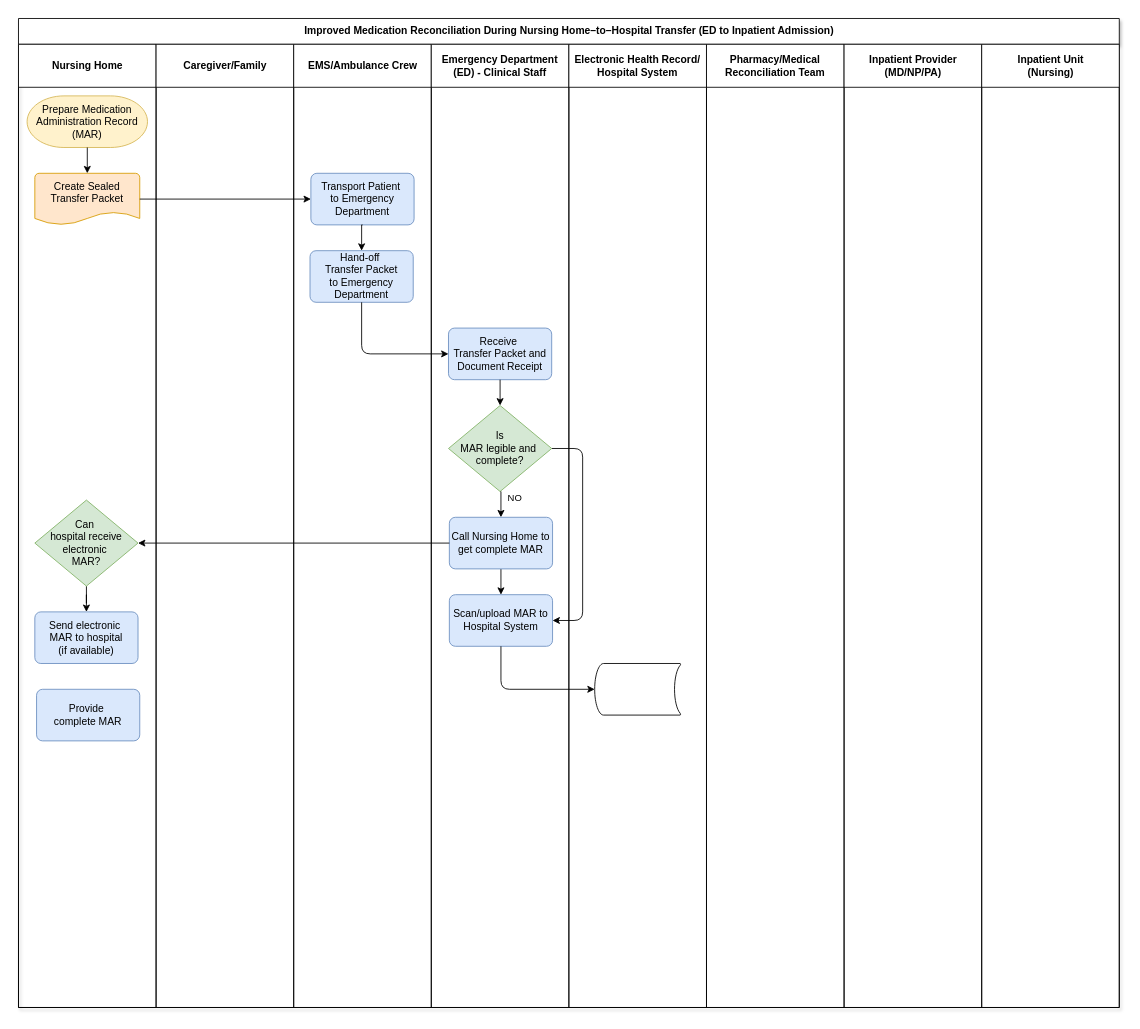
Earlier version of the draw.io diagram Improved Process Chart.drawio (melmirasol/Case-Problem-6.2). Source tidied: cells renumbered, new cells numbered last; positions are measured from the earlier drawing's top-left corner, leaving out a move shared by most shapes. Both pictures are drawn from the tidied source at 86%, with x=0, y=0 at pixel (18, 18).
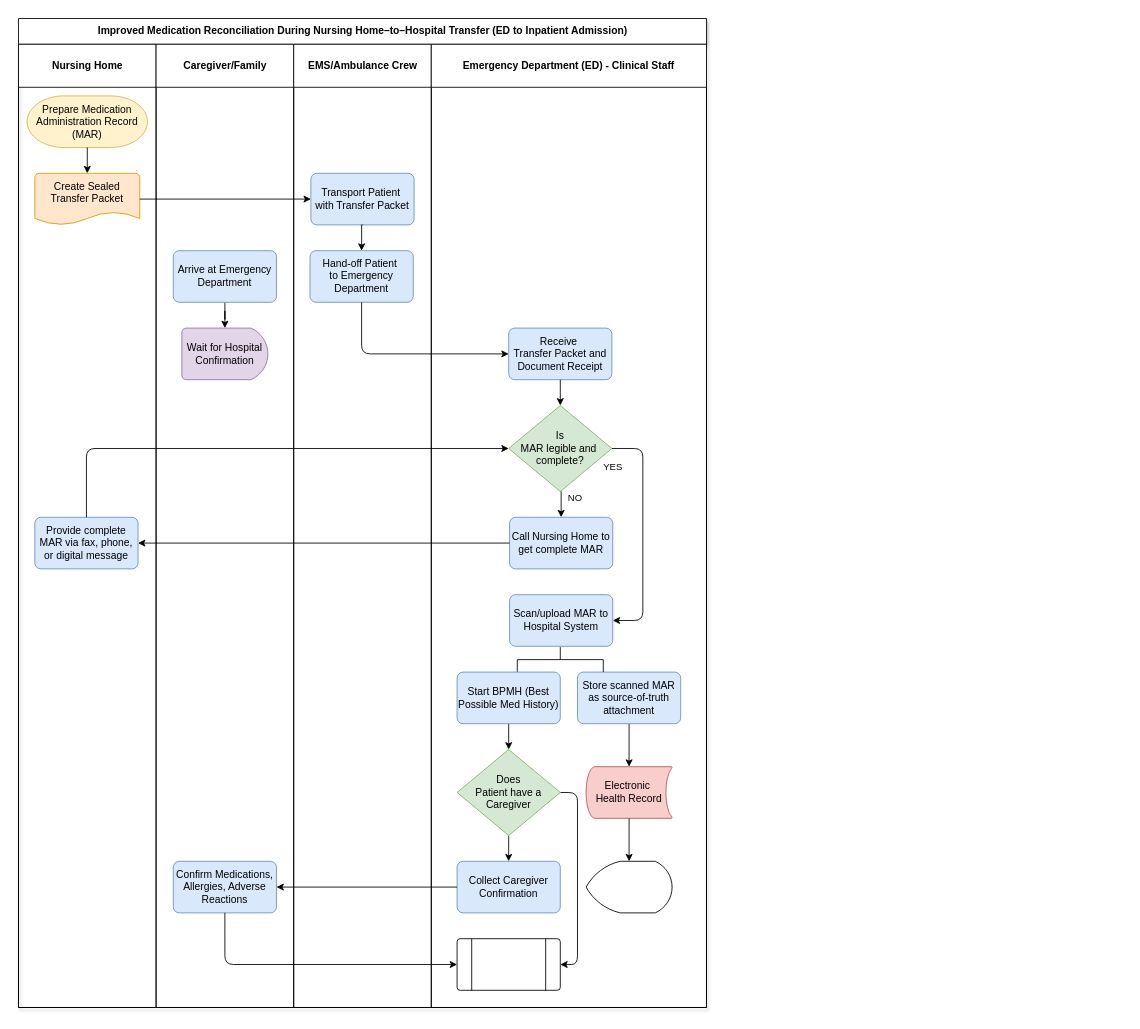
Above is the later version.

The change refers to these unchanged cells:
```xml
<mxCell id="3" value="Nursing Home" style="swimlane;startSize=50;html=1;" parent="2" vertex="1">
  <mxGeometry y="30" width="160" height="1120" as="geometry" />
</mxCell>
<mxCell id="11" value="Caregiver/Family" style="swimlane;startSize=50;html=1;" parent="2" vertex="1">
  <mxGeometry x="160" y="30" width="160" height="1120" as="geometry" />
</mxCell>
<mxCell id="12" value="EMS/Ambulance Crew" style="swimlane;startSize=50;html=1;" parent="2" vertex="1">
  <mxGeometry x="320" y="30" width="160" height="1120" as="geometry" />
</mxCell>
```

Change to the diagram source:
```diff
@@
     <mxCell id="2" value="Improved Medication Reconciliation During Nursing Home–to–Hospital Transfer (ED to Inpatient Admission)" style="swimlane;startSize=30;html=1;shadow=1;" parent="1" vertex="1">
-      <mxGeometry width="1280" height="1150" as="geometry" />
+      <mxGeometry width="800" height="1150" as="geometry" />
     </mxCell>
@@
-    <mxCell id="6" value="Send electronic&amp;nbsp;&lt;div&gt;MAR&amp;nbsp;&lt;span style=&quot;background-color: transparent; color: light-dark(rgb(0, 0, 0), rgb(255, 255, 255));&quot;&gt;to hospital&lt;/span&gt;&lt;/div&gt;&lt;div&gt;&lt;span style=&quot;background-color: transparent; color: light-dark(rgb(0, 0, 0), rgb(255, 255, 255));&quot;&gt;(if available)&lt;/span&gt;&lt;/div&gt;" style="rounded=1;whiteSpace=wrap;html=1;absoluteArcSize=1;arcSize=14;strokeWidth=1;fillColor=#dae8fc;strokeColor=#6c8ebf;" parent="3" vertex="1">
-      <mxGeometry x="19" y="660" width="120" height="60" as="geometry" />
-    </mxCell>
-    <mxCell id="7" style="edgeStyle=orthogonalEdgeStyle;rounded=0;jettySize=auto;html=1;exitX=0.5;exitY=1;exitDx=0;exitDy=0;exitPerimeter=0;" parent="3" edge="1" source="8" target="6">
-      <mxGeometry relative="1" as="geometry" />
+    <mxCell id="7" style="edgeStyle=orthogonalEdgeStyle;rounded=0;orthogonalLoop=1;jettySize=auto;html=1;exitX=0.5;exitY=1;exitDx=0;exitDy=0;exitPerimeter=0;" parent="3" edge="1">
+      <mxGeometry relative="1" as="geometry">
+        <mxPoint x="79" y="520" as="sourcePoint" />
+      </mxGeometry>
     </mxCell>
-    <mxCell id="8" value="Can&amp;nbsp;&lt;div&gt;hospital receive electronic&amp;nbsp;&lt;/div&gt;&lt;div&gt;MAR?&lt;/div&gt;" style="strokeWidth=1;html=1;shape=mxgraph.flowchart.decision;whiteSpace=wrap;fillColor=#d5e8d4;strokeColor=#82b366;" parent="3" vertex="1">
-      <mxGeometry x="19" y="530" width="120" height="100" as="geometry" />
-    </mxCell>
@@
-    <mxCell id="10" value="Provide&amp;nbsp;&lt;div&gt;complete MAR&lt;/div&gt;" style="rounded=1;whiteSpace=wrap;html=1;absoluteArcSize=1;arcSize=14;strokeWidth=1;fillColor=#dae8fc;strokeColor=#6c8ebf;" parent="3" vertex="1">
-      <mxGeometry x="21" y="750" width="120" height="60" as="geometry" />
+    <mxCell id="10" value="Provide&amp;nbsp;&lt;span style=&quot;background-color: transparent; color: light-dark(rgb(0, 0, 0), rgb(255, 255, 255));&quot;&gt;complete MAR via fax, phone, or digital message&lt;/span&gt;" style="rounded=1;whiteSpace=wrap;html=1;absoluteArcSize=1;arcSize=14;strokeWidth=1;fillColor=#dae8fc;strokeColor=#6c8ebf;" parent="3" vertex="1">
+      <mxGeometry x="19" y="550" width="120" height="60" as="geometry" />
     </mxCell>
@@
+    <mxCell id="35" style="edgeStyle=orthogonalEdgeStyle;rounded=0;jettySize=auto;html=1;exitX=0.5;exitY=1;exitDx=0;exitDy=0;jumpStyle=arc;" parent="11" edge="1" source="36" target="37">
+      <mxGeometry relative="1" as="geometry" />
+    </mxCell>
+    <mxCell id="36" value="&lt;div&gt;Arrive at&amp;nbsp;&lt;span style=&quot;background-color: transparent; color: light-dark(rgb(0, 0, 0), rgb(255, 255, 255));&quot;&gt;Emergency Department&lt;/span&gt;&lt;/div&gt;" style="rounded=1;whiteSpace=wrap;html=1;absoluteArcSize=1;arcSize=14;strokeWidth=1;fillColor=#dae8fc;strokeColor=#6c8ebf;" parent="11" vertex="1">
+      <mxGeometry x="20" y="240" width="120" height="60" as="geometry" />
+    </mxCell>
+    <mxCell id="37" value="Wait for Hospital Confirmation" style="strokeWidth=1;html=1;shape=mxgraph.flowchart.delay;whiteSpace=wrap;fillColor=#e1d5e7;strokeColor=#9673a6;" parent="11" vertex="1">
+      <mxGeometry x="30" y="330" width="100" height="60" as="geometry" />
+    </mxCell>
+    <mxCell id="38" value="Confirm Medications, Allergies, Adverse Reactions" style="rounded=1;whiteSpace=wrap;html=1;absoluteArcSize=1;arcSize=14;strokeWidth=1;fillColor=#dae8fc;strokeColor=#6c8ebf;" parent="11" vertex="1">
+      <mxGeometry x="20" y="950" width="120" height="60" as="geometry" />
+    </mxCell>
@@
-    <mxCell id="13" value="Transport Patient&amp;nbsp;&lt;div&gt;to Emergency Department&lt;/div&gt;" style="rounded=1;whiteSpace=wrap;html=1;absoluteArcSize=1;arcSize=14;strokeWidth=1;fillColor=#dae8fc;strokeColor=#6c8ebf;" parent="12" vertex="1">
+    <mxCell id="13" value="Transport Patient&amp;nbsp;&lt;div&gt;with Transfer Packet&lt;/div&gt;" style="rounded=1;whiteSpace=wrap;html=1;absoluteArcSize=1;arcSize=14;strokeWidth=1;fillColor=#dae8fc;strokeColor=#6c8ebf;" parent="12" vertex="1">
       <mxGeometry x="20" y="150" width="120" height="60" as="geometry" />
     </mxCell>
-    <mxCell id="14" value="Hand-off&amp;nbsp;&lt;div&gt;Transfer Packet&lt;div&gt;to Emergency Department&lt;/div&gt;&lt;/div&gt;" style="rounded=1;whiteSpace=wrap;html=1;absoluteArcSize=1;arcSize=14;strokeWidth=1;fillColor=#dae8fc;strokeColor=#6c8ebf;" parent="12" vertex="1">
+    <mxCell id="14" value="Hand-off Patient&amp;nbsp;&lt;div&gt;to Emergency Department&lt;/div&gt;" style="rounded=1;whiteSpace=wrap;html=1;absoluteArcSize=1;arcSize=14;strokeWidth=1;fillColor=#dae8fc;strokeColor=#6c8ebf;" parent="12" vertex="1">
       <mxGeometry x="19" y="240" width="120" height="60" as="geometry" />
     </mxCell>
@@
     <mxCell id="16" value="Emergency Department (ED) -&amp;nbsp;&lt;span style=&quot;background-color: transparent; color: light-dark(rgb(0, 0, 0), rgb(255, 255, 255));&quot;&gt;Clinical&amp;nbsp;Staff&lt;/span&gt;" style="swimlane;startSize=50;html=1;whiteSpace=wrap;" parent="2" vertex="1">
-      <mxGeometry x="480" y="30" width="160" height="1120" as="geometry" />
+      <mxGeometry x="480" y="30" width="320" height="1120" as="geometry" />
     </mxCell>
     <mxCell id="17" value="Receive&amp;nbsp;&lt;div&gt;&lt;span style=&quot;background-color: transparent; color: light-dark(rgb(0, 0, 0), rgb(255, 255, 255));&quot;&gt;Transfer Packet and Document Receipt&lt;/span&gt;&lt;/div&gt;" style="rounded=1;whiteSpace=wrap;html=1;absoluteArcSize=1;arcSize=14;strokeWidth=1;fillColor=#dae8fc;strokeColor=#6c8ebf;" parent="16" vertex="1">
-      <mxGeometry x="20" y="330" width="120" height="60" as="geometry" />
+      <mxGeometry x="90" y="330" width="120" height="60" as="geometry" />
     </mxCell>
@@
     <mxCell id="20" style="edgeStyle=orthogonalEdgeStyle;rounded=1;jettySize=auto;html=1;exitX=1;exitY=0.5;exitDx=0;exitDy=0;exitPerimeter=0;entryX=1;entryY=0.5;entryDx=0;entryDy=0;curved=0;" parent="16" edge="1" source="21" target="25">
       <mxGeometry relative="1" as="geometry">
         <Array as="points">
-          <mxPoint x="176" y="470" />
-          <mxPoint x="176" y="670" />
+          <mxPoint x="246" y="470" />
+          <mxPoint x="246" y="670" />
         </Array>
       </mxGeometry>
     </mxCell>
+    <mxCell id="39" value="YES" style="edgeLabel;html=1;align=center;verticalAlign=middle;" parent="20" vertex="1">
+      <mxGeometry x="-0.55" y="2" relative="1" as="geometry">
+        <mxPoint x="-38" y="-5" as="offset" />
+      </mxGeometry>
+    </mxCell>
     <mxCell id="21" value="Is&lt;div&gt;MAR legible&amp;nbsp;&lt;span style=&quot;background-color: transparent; color: light-dark(rgb(0, 0, 0), rgb(255, 255, 255));&quot;&gt;and&amp;nbsp;&lt;/span&gt;&lt;/div&gt;&lt;div&gt;&lt;span style=&quot;background-color: transparent; color: light-dark(rgb(0, 0, 0), rgb(255, 255, 255));&quot;&gt;complete?&lt;/span&gt;&lt;/div&gt;" style="strokeWidth=1;html=1;shape=mxgraph.flowchart.decision;whiteSpace=wrap;fillColor=#d5e8d4;strokeColor=#82b366;" parent="16" vertex="1">
-      <mxGeometry x="20" y="420" width="120" height="100" as="geometry" />
+      <mxGeometry x="90" y="420" width="120" height="100" as="geometry" />
     </mxCell>
@@
-    <mxCell id="23" style="edgeStyle=orthogonalEdgeStyle;rounded=0;jettySize=auto;html=1;exitX=0.5;exitY=1;exitDx=0;exitDy=0;entryX=0.5;entryY=0;entryDx=0;entryDy=0;" parent="16" edge="1" source="24" target="25">
-      <mxGeometry relative="1" as="geometry" />
-    </mxCell>
     <mxCell id="24" value="Call Nursing Home to get complete MAR" style="rounded=1;whiteSpace=wrap;html=1;absoluteArcSize=1;arcSize=14;strokeWidth=1;fillColor=#dae8fc;strokeColor=#6c8ebf;" parent="16" vertex="1">
-      <mxGeometry x="21" y="550" width="120" height="60" as="geometry" />
+      <mxGeometry x="91" y="550" width="120" height="60" as="geometry" />
     </mxCell>
     <mxCell id="25" value="Scan/upload MAR to Hospital System" style="rounded=1;whiteSpace=wrap;html=1;absoluteArcSize=1;arcSize=14;strokeWidth=1;fillColor=#dae8fc;strokeColor=#6c8ebf;" parent="16" vertex="1">
-      <mxGeometry x="21" y="640" width="120" height="60" as="geometry" />
+      <mxGeometry x="91" y="640" width="120" height="60" as="geometry" />
     </mxCell>
-    <mxCell id="26" value="Electronic Health Record/&lt;div&gt;Hospital System&lt;/div&gt;" style="swimlane;startSize=50;html=1;whiteSpace=wrap;" parent="2" vertex="1">
-      <mxGeometry x="640" y="30" width="160" height="1120" as="geometry" />
-    </mxCell>
-    <mxCell id="27" style="strokeWidth=1;html=1;shape=mxgraph.flowchart.stored_data;whiteSpace=wrap;" parent="26" vertex="1">
-      <mxGeometry x="30" y="720" width="100" height="60" as="geometry" />
-    </mxCell>
-    <mxCell id="28" value="Pharmacy/Medical Reconciliation Team" style="swimlane;startSize=50;html=1;whiteSpace=wrap;" parent="2" vertex="1">
-      <mxGeometry x="800" y="30" width="160" height="1120" as="geometry" />
-    </mxCell>
-    <mxCell id="29" value="Inpatient Provider&lt;div&gt;(MD/NP/PA)&lt;/div&gt;" style="swimlane;startSize=50;html=1;" parent="2" vertex="1">
-      <mxGeometry x="960" y="30" width="160" height="1120" as="geometry" />
-    </mxCell>
-    <mxCell id="30" value="Inpatient Unit&lt;div&gt;(Nursing)&lt;/div&gt;" style="swimlane;startSize=50;html=1;" parent="2" vertex="1">
-      <mxGeometry x="1120" y="30" width="160" height="1120" as="geometry" />
-    </mxCell>
+    <mxCell id="40" value="Electronic&amp;nbsp;&lt;div&gt;Health Record&lt;/div&gt;" style="strokeWidth=1;html=1;shape=mxgraph.flowchart.stored_data;whiteSpace=wrap;fillColor=#f8cecc;strokeColor=#b85450;" parent="16" vertex="1">
+      <mxGeometry x="180" y="840" width="100" height="60" as="geometry" />
+    </mxCell>
+    <mxCell id="41" style="edgeStyle=orthogonalEdgeStyle;rounded=0;jettySize=auto;html=1;exitX=0.5;exitY=1;exitDx=0;exitDy=0;" parent="16" edge="1" source="42" target="40">
+      <mxGeometry relative="1" as="geometry" />
+    </mxCell>
+    <mxCell id="42" value="Store scanned MAR as source-of-truth attachment" style="rounded=1;whiteSpace=wrap;html=1;absoluteArcSize=1;arcSize=14;strokeWidth=1;fillColor=#dae8fc;strokeColor=#6c8ebf;" parent="16" vertex="1">
+      <mxGeometry x="170" y="730" width="120" height="60" as="geometry" />
+    </mxCell>
+    <mxCell id="43" style="strokeWidth=1;html=1;shape=mxgraph.flowchart.annotation_2;align=left;labelPosition=right;rotation=90;" parent="16" vertex="1">
+      <mxGeometry x="135.5" y="665.5" width="29" height="100" as="geometry" />
+    </mxCell>
+    <mxCell id="44" style="edgeStyle=orthogonalEdgeStyle;rounded=0;jettySize=auto;html=1;exitX=0.5;exitY=1;exitDx=0;exitDy=0;entryX=0.5;entryY=0;entryDx=0;entryDy=0;entryPerimeter=0;" parent="16" edge="1" source="45" target="50">
+      <mxGeometry relative="1" as="geometry" />
+    </mxCell>
+    <mxCell id="45" value="Start BPMH (Best Possible Med History)" style="rounded=1;whiteSpace=wrap;html=1;absoluteArcSize=1;arcSize=14;strokeWidth=1;fillColor=#dae8fc;strokeColor=#6c8ebf;" parent="16" vertex="1">
+      <mxGeometry x="30" y="730" width="120" height="60" as="geometry" />
+    </mxCell>
+    <mxCell id="46" style="verticalLabelPosition=bottom;verticalAlign=top;html=1;shape=process;whiteSpace=wrap;rounded=1;size=0.14;arcSize=6;" parent="16" vertex="1">
+      <mxGeometry x="30" y="1040" width="120" height="60" as="geometry" />
+    </mxCell>
+    <mxCell id="47" style="strokeWidth=1;html=1;shape=mxgraph.flowchart.display;whiteSpace=wrap;" parent="16" vertex="1">
+      <mxGeometry x="180" y="950" width="100" height="60" as="geometry" />
+    </mxCell>
+    <mxCell id="48" style="edgeStyle=orthogonalEdgeStyle;rounded=0;jettySize=auto;html=1;exitX=0.5;exitY=1;exitDx=0;exitDy=0;exitPerimeter=0;entryX=0.5;entryY=0;entryDx=0;entryDy=0;" parent="16" edge="1" source="50" target="51">
+      <mxGeometry relative="1" as="geometry" />
+    </mxCell>
+    <mxCell id="49" style="edgeStyle=orthogonalEdgeStyle;rounded=1;jettySize=auto;html=1;exitX=1;exitY=0.5;exitDx=0;exitDy=0;exitPerimeter=0;entryX=1;entryY=0.5;entryDx=0;entryDy=0;curved=0;" parent="16" edge="1" source="50" target="46">
+      <mxGeometry relative="1" as="geometry" />
+    </mxCell>
+    <mxCell id="50" value="Does&lt;div&gt;Patient have a Caregiver&lt;/div&gt;" style="strokeWidth=1;html=1;shape=mxgraph.flowchart.decision;whiteSpace=wrap;fillColor=#d5e8d4;strokeColor=#82b366;" parent="16" vertex="1">
+      <mxGeometry x="30" y="820" width="120" height="100" as="geometry" />
+    </mxCell>
+    <mxCell id="51" value="Collect Caregiver Confirmation" style="rounded=1;whiteSpace=wrap;html=1;absoluteArcSize=1;arcSize=14;strokeWidth=1;fillColor=#dae8fc;strokeColor=#6c8ebf;" parent="16" vertex="1">
+      <mxGeometry x="30" y="950" width="120" height="60" as="geometry" />
+    </mxCell>
+    <mxCell id="52" style="edgeStyle=orthogonalEdgeStyle;rounded=0;jettySize=auto;html=1;exitX=0.5;exitY=1;exitDx=0;exitDy=0;exitPerimeter=0;entryX=0.5;entryY=0;entryDx=0;entryDy=0;entryPerimeter=0;" parent="16" edge="1" source="40" target="47">
+      <mxGeometry relative="1" as="geometry" />
+    </mxCell>
@@
-    <mxCell id="33" style="edgeStyle=orthogonalEdgeStyle;rounded=0;jettySize=auto;html=1;exitX=0;exitY=0.5;exitDx=0;exitDy=0;entryX=1;entryY=0.5;entryDx=0;entryDy=0;entryPerimeter=0;" parent="2" edge="1" source="24" target="8">
-      <mxGeometry relative="1" as="geometry" />
+    <mxCell id="33" style="edgeStyle=orthogonalEdgeStyle;rounded=1;jettySize=auto;html=1;exitX=0;exitY=0.5;exitDx=0;exitDy=0;entryX=1;entryY=0.5;entryDx=0;entryDy=0;curved=0;jumpStyle=arc;" parent="2" edge="1" source="24" target="10">
+      <mxGeometry relative="1" as="geometry">
+        <Array as="points">
+          <mxPoint x="216" y="610" />
+          <mxPoint x="216" y="610" />
+        </Array>
+      </mxGeometry>
     </mxCell>
-    <mxCell id="34" style="edgeStyle=orthogonalEdgeStyle;rounded=1;jettySize=auto;html=1;exitX=0.5;exitY=1;exitDx=0;exitDy=0;entryX=0;entryY=0.5;entryDx=0;entryDy=0;entryPerimeter=0;curved=0;" parent="2" edge="1" source="25" target="27">
-      <mxGeometry relative="1" as="geometry" />
-    </mxCell>
+    <mxCell id="53" style="edgeStyle=orthogonalEdgeStyle;rounded=1;jettySize=auto;html=1;exitX=0.5;exitY=0;exitDx=0;exitDy=0;entryX=0;entryY=0.5;entryDx=0;entryDy=0;entryPerimeter=0;jumpStyle=arc;curved=0;" parent="2" edge="1" source="10" target="21">
+      <mxGeometry relative="1" as="geometry" />
+    </mxCell>
+    <mxCell id="54" style="edgeStyle=orthogonalEdgeStyle;rounded=0;jettySize=auto;html=1;exitX=0;exitY=0.5;exitDx=0;exitDy=0;entryX=1;entryY=0.5;entryDx=0;entryDy=0;" parent="2" edge="1" source="51" target="38">
+      <mxGeometry relative="1" as="geometry" />
+    </mxCell>
+    <mxCell id="55" style="edgeStyle=orthogonalEdgeStyle;rounded=1;jettySize=auto;html=1;exitX=0.5;exitY=1;exitDx=0;exitDy=0;entryX=0;entryY=0.5;entryDx=0;entryDy=0;curved=0;" parent="2" edge="1" source="38" target="46">
+      <mxGeometry relative="1" as="geometry" />
+    </mxCell>
```
